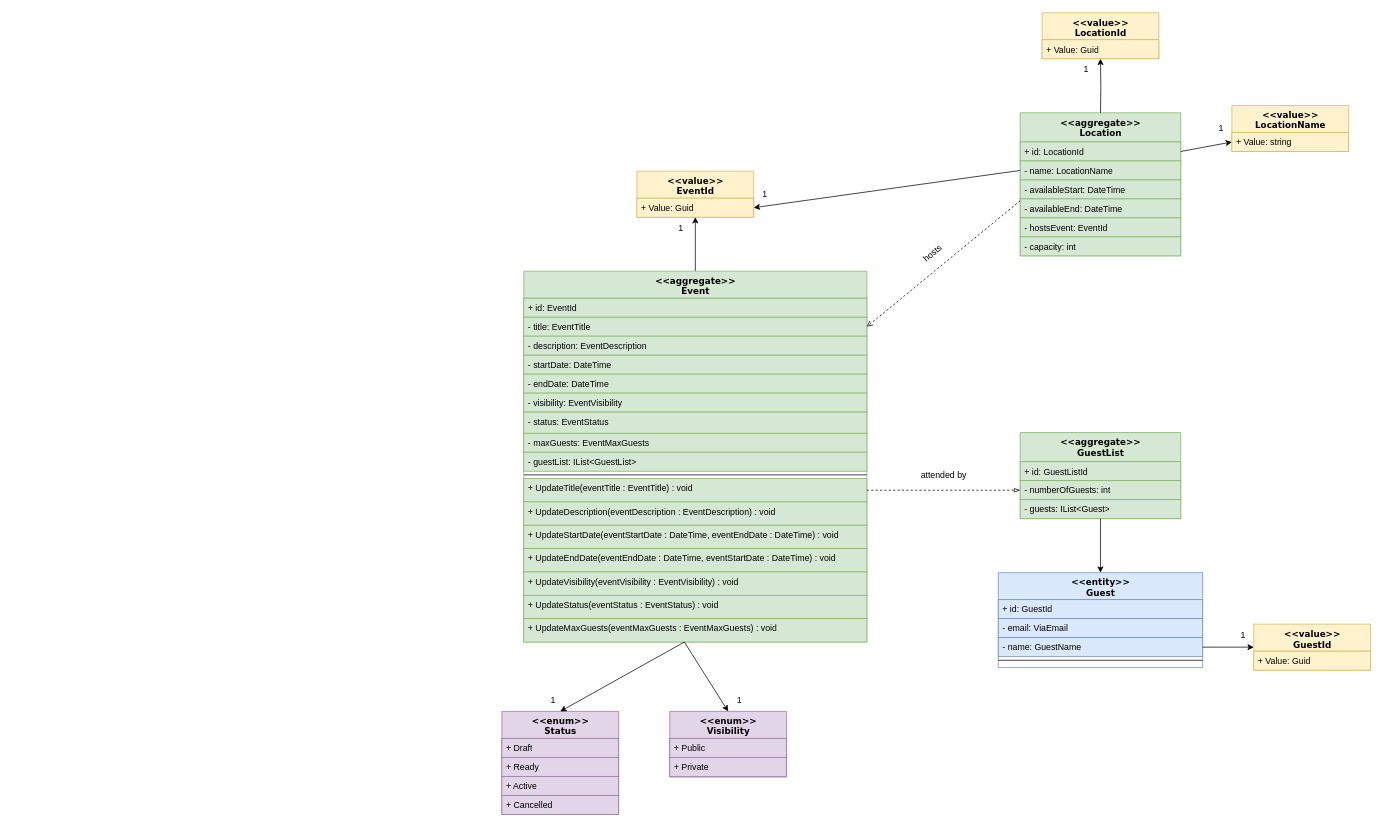
Emil645h/VIAEventAssociation keeps this draw.io diagram as Assignment_1/Concrete Domain Model.drawio. Above is the earlier version. Source tidied: cells renumbered, new cells numbered last; positions are measured from the earlier drawing's top-left corner, leaving out a move shared by most shapes. Both pictures are drawn from the tidied source at 73%, with x=0, y=0 at pixel (502, 12).
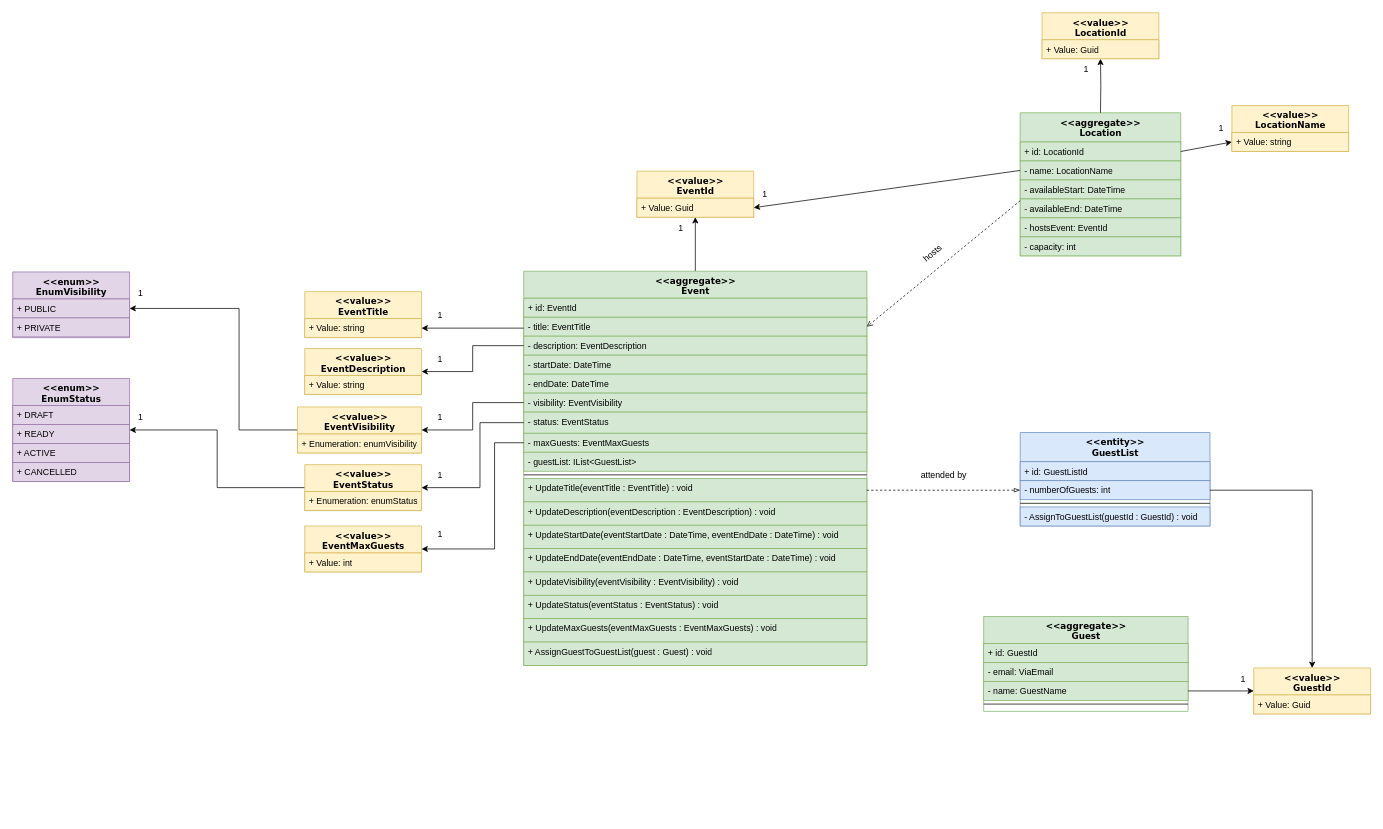
The same diagram, later.

Commit message:
Draft 2 - incomplete - Concrete Domain Model.drawio

Unchanged cells that the change refers to:
```xml
<mxCell id="5" value="- title: EventTitle" style="text;html=1;strokeColor=#82b366;fillColor=#d5e8d4;align=left;verticalAlign=top;spacingLeft=4;spacingRight=4;whiteSpace=wrap;overflow=hidden;points=[[0,0.5],[1,0.5]];portConstraint=eastwest;" parent="3" vertex="1">
  <mxGeometry y="63" width="470" height="26" as="geometry" />
</mxCell>
<mxCell id="6" value="- description: EventDescription" style="text;html=1;strokeColor=#82b366;fillColor=#d5e8d4;align=left;verticalAlign=top;spacingLeft=4;spacingRight=4;whiteSpace=wrap;overflow=hidden;points=[[0,0.5],[1,0.5]];portConstraint=eastwest;" parent="3" vertex="1">
  <mxGeometry y="89" width="470" height="26" as="geometry" />
</mxCell>
<mxCell id="9" value="- visibility: EventVisibility" style="text;html=1;strokeColor=#82b366;fillColor=#d5e8d4;align=left;verticalAlign=top;spacingLeft=4;spacingRight=4;whiteSpace=wrap;overflow=hidden;points=[[0,0.5],[1,0.5]];portConstraint=eastwest;" parent="3" vertex="1">
  <mxGeometry y="167" width="470" height="26" as="geometry" />
</mxCell>
<mxCell id="10" value="- status: EventStatus" style="text;html=1;strokeColor=#82b366;fillColor=#d5e8d4;align=left;verticalAlign=top;spacingLeft=4;spacingRight=4;whiteSpace=wrap;overflow=hidden;points=[[0,0.5],[1,0.5]];portConstraint=eastwest;" parent="3" vertex="1">
  <mxGeometry y="193" width="470" height="29" as="geometry" />
</mxCell>
<mxCell id="11" value="- maxGuests: EventMaxGuests" style="text;html=1;strokeColor=#82b366;fillColor=#d5e8d4;align=left;verticalAlign=top;spacingLeft=4;spacingRight=4;whiteSpace=wrap;overflow=hidden;points=[[0,0.5],[1,0.5]];portConstraint=eastwest;" parent="3" vertex="1">
  <mxGeometry y="222" width="470" height="26" as="geometry" />
</mxCell>
```

Change to the diagram source:
```diff
@@
     <mxCell id="3" value="&amp;lt;&amp;lt;aggregate&amp;gt;&amp;gt;&lt;div&gt;Event&lt;/div&gt;" style="swimlane;html=1;fontStyle=1;align=center;verticalAlign=top;horizontal=1;startSize=37;swimlaneFillColor=#ffffff;rounded=0;shadow=0;comic=0;labelBackgroundColor=none;strokeWidth=1;fillColor=#d5e8d4;fontFamily=Verdana;fontSize=12;strokeColor=#82b366;" parent="1" vertex="1">
-      <mxGeometry x="30" y="354" width="470" height="508" as="geometry" />
+      <mxGeometry x="30" y="354" width="470" height="540" as="geometry" />
     </mxCell>
@@
+    <mxCell id="71" value="+ AssignGuestToGuestList(guest : Guest) : void" style="text;html=1;strokeColor=#82b366;fillColor=#d5e8d4;align=left;verticalAlign=top;spacingLeft=4;spacingRight=4;whiteSpace=wrap;overflow=hidden;" parent="3" vertex="1">
+      <mxGeometry y="508" width="470" height="32" as="geometry" />
+    </mxCell>
-    <mxCell id="21" value="&amp;lt;&amp;lt;aggregate&amp;gt;&amp;gt;&lt;div&gt;GuestList&lt;/div&gt;" style="swimlane;html=1;fontStyle=1;align=center;verticalAlign=top;horizontal=1;startSize=40;swimlaneFillColor=#ffffff;rounded=0;shadow=0;comic=0;labelBackgroundColor=none;strokeWidth=1;fillColor=#d5e8d4;fontFamily=Verdana;fontSize=12;strokeColor=#82b366;" parent="1" vertex="1">
-      <mxGeometry x="710" y="575" width="220" height="118" as="geometry" />
+    <mxCell id="21" value="&amp;lt;&amp;lt;entity&amp;gt;&amp;gt;&lt;div&gt;GuestList&lt;/div&gt;" style="swimlane;html=1;fontStyle=1;align=center;verticalAlign=top;horizontal=1;startSize=40;swimlaneFillColor=#ffffff;rounded=0;shadow=0;comic=0;labelBackgroundColor=none;strokeWidth=1;fillColor=#dae8fc;fontFamily=Verdana;fontSize=12;strokeColor=#6c8ebf;" parent="1" vertex="1">
+      <mxGeometry x="710" y="575" width="260" height="128" as="geometry" />
     </mxCell>
-    <mxCell id="22" value="+ id: GuestListId" style="text;html=1;strokeColor=#82b366;fillColor=#d5e8d4;align=left;verticalAlign=top;spacingLeft=4;spacingRight=4;whiteSpace=wrap;overflow=hidden;" parent="21" vertex="1">
-      <mxGeometry y="40" width="220" height="26" as="geometry" />
+    <mxCell id="22" value="+ id: GuestListId" style="text;html=1;strokeColor=#6c8ebf;fillColor=#dae8fc;align=left;verticalAlign=top;spacingLeft=4;spacingRight=4;whiteSpace=wrap;overflow=hidden;" parent="21" vertex="1">
+      <mxGeometry y="40" width="260" height="26" as="geometry" />
     </mxCell>
-    <mxCell id="23" value="- numberOfGuests: int" style="text;html=1;strokeColor=#82b366;fillColor=#d5e8d4;align=left;verticalAlign=top;spacingLeft=4;spacingRight=4;whiteSpace=wrap;overflow=hidden;points=[[0,0.5],[1,0.5]];portConstraint=eastwest;" parent="21" vertex="1">
-      <mxGeometry y="66" width="220" height="26" as="geometry" />
+    <mxCell id="23" value="- numberOfGuests: int" style="text;html=1;strokeColor=#6c8ebf;fillColor=#dae8fc;align=left;verticalAlign=top;spacingLeft=4;spacingRight=4;whiteSpace=wrap;overflow=hidden;points=[[0,0.5],[1,0.5]];portConstraint=eastwest;" parent="21" vertex="1">
+      <mxGeometry y="66" width="260" height="26" as="geometry" />
     </mxCell>
+    <mxCell id="72" style="line;html=1;strokeWidth=1;fillColor=none;align=left;verticalAlign=middle;spacingTop=-1;spacingLeft=3;spacingRight=3;labelPosition=right;" parent="21" vertex="1">
+      <mxGeometry y="92" width="260" height="10" as="geometry" />
+    </mxCell>
-    <mxCell id="24" value="- guests: IList&amp;lt;Guest&amp;gt;" style="text;html=1;strokeColor=#82b366;fillColor=#d5e8d4;align=left;verticalAlign=top;spacingLeft=4;spacingRight=4;whiteSpace=wrap;overflow=hidden;" parent="21" vertex="1">
-      <mxGeometry y="92" width="220" height="26" as="geometry" />
+    <mxCell id="24" value="- AssignToGuestList(guestId : GuestId) : void" style="text;html=1;strokeColor=#6c8ebf;fillColor=#dae8fc;align=left;verticalAlign=top;spacingLeft=4;spacingRight=4;whiteSpace=wrap;overflow=hidden;" parent="21" vertex="1">
+      <mxGeometry y="102" width="260" height="26" as="geometry" />
     </mxCell>
@@
-    <mxCell id="28" value="&amp;lt;&amp;lt;entity&amp;gt;&amp;gt;&lt;div&gt;Guest&lt;/div&gt;" style="swimlane;html=1;fontStyle=1;align=center;verticalAlign=top;horizontal=1;startSize=37;swimlaneFillColor=#ffffff;rounded=0;shadow=0;comic=0;labelBackgroundColor=none;strokeWidth=1;fillColor=#dae8fc;fontFamily=Verdana;fontSize=12;strokeColor=#6c8ebf;" parent="1" vertex="1">
-      <mxGeometry x="680" y="767" width="280" height="130" as="geometry" />
+    <mxCell id="28" value="&amp;lt;&amp;lt;aggregate&amp;gt;&amp;gt;&lt;div&gt;Guest&lt;/div&gt;" style="swimlane;html=1;fontStyle=1;align=center;verticalAlign=top;horizontal=1;startSize=37;swimlaneFillColor=#ffffff;rounded=0;shadow=0;comic=0;labelBackgroundColor=none;strokeWidth=1;fillColor=#d5e8d4;fontFamily=Verdana;fontSize=12;strokeColor=#82b366;" parent="1" vertex="1">
+      <mxGeometry x="660" y="827" width="280" height="130" as="geometry" />
     </mxCell>
-    <mxCell id="29" value="+ id: GuestId" style="text;html=1;strokeColor=#6c8ebf;fillColor=#dae8fc;align=left;verticalAlign=top;spacingLeft=4;spacingRight=4;whiteSpace=wrap;overflow=hidden;" parent="28" vertex="1">
+    <mxCell id="29" value="+ id: GuestId" style="text;html=1;strokeColor=#82b366;fillColor=#d5e8d4;align=left;verticalAlign=top;spacingLeft=4;spacingRight=4;whiteSpace=wrap;overflow=hidden;" parent="28" vertex="1">
       <mxGeometry y="37" width="280" height="26" as="geometry" />
     </mxCell>
-    <mxCell id="30" value="- email: ViaEmail" style="text;html=1;strokeColor=#6c8ebf;fillColor=#dae8fc;align=left;verticalAlign=top;spacingLeft=4;spacingRight=4;whiteSpace=wrap;overflow=hidden;" parent="28" vertex="1">
+    <mxCell id="30" value="- email: ViaEmail" style="text;html=1;strokeColor=#82b366;fillColor=#d5e8d4;align=left;verticalAlign=top;spacingLeft=4;spacingRight=4;whiteSpace=wrap;overflow=hidden;" parent="28" vertex="1">
       <mxGeometry y="63" width="280" height="26" as="geometry" />
     </mxCell>
-    <mxCell id="31" value="- name: GuestName" style="text;html=1;strokeColor=#6c8ebf;fillColor=#dae8fc;align=left;verticalAlign=top;spacingLeft=4;spacingRight=4;whiteSpace=wrap;overflow=hidden;points=[[0,0.5],[1,0.5]];portConstraint=eastwest;" parent="28" vertex="1">
+    <mxCell id="31" value="- name: GuestName" style="text;html=1;strokeColor=#82b366;fillColor=#d5e8d4;align=left;verticalAlign=top;spacingLeft=4;spacingRight=4;whiteSpace=wrap;overflow=hidden;points=[[0,0.5],[1,0.5]];portConstraint=eastwest;" parent="28" vertex="1">
       <mxGeometry y="89" width="280" height="26" as="geometry" />
     </mxCell>
@@
     <mxCell id="33" value="&amp;lt;&amp;lt;value&amp;gt;&amp;gt;&lt;div&gt;GuestId&lt;/div&gt;" style="swimlane;html=1;fontStyle=1;align=center;verticalAlign=top;horizontal=1;startSize=37;swimlaneFillColor=#ffffff;rounded=0;shadow=0;comic=0;labelBackgroundColor=none;strokeWidth=1;fontFamily=Verdana;fontSize=12;fillColor=#fff2cc;strokeColor=#d6b656;" parent="1" vertex="1">
-      <mxGeometry x="1030" y="837.5" width="160" height="63" as="geometry" />
+      <mxGeometry x="1030" y="897.5" width="160" height="63" as="geometry" />
     </mxCell>
@@
     <mxCell id="36" value="1" style="text;html=1;align=center;verticalAlign=middle;strokeColor=none;fillColor=none;" parent="1" vertex="1">
-      <mxGeometry x="1000" y="837.5" width="30" height="30" as="geometry" />
+      <mxGeometry x="1000" y="897.5" width="30" height="30" as="geometry" />
     </mxCell>
+    <mxCell id="73" style="edgeStyle=orthogonalEdgeStyle;rounded=0;jettySize=auto;html=1;entryX=0;entryY=0.5;entryDx=0;entryDy=0;endArrow=none;startFill=1;startArrow=classic;" parent="1" edge="1" source="37" target="82">
+      <mxGeometry relative="1" as="geometry" />
+    </mxCell>
-    <mxCell id="37" value="&amp;lt;&amp;lt;enum&amp;gt;&amp;gt;&lt;div&gt;Status&lt;/div&gt;" style="swimlane;html=1;fontStyle=1;align=center;verticalAlign=top;horizontal=1;startSize=37;swimlaneFillColor=#ffffff;rounded=0;shadow=0;comic=0;labelBackgroundColor=none;strokeWidth=1;fontFamily=Verdana;fontSize=12;fillColor=#e1d5e7;strokeColor=#9673a6;" parent="1" vertex="1">
-      <mxGeometry y="957" width="160" height="141" as="geometry" />
+    <mxCell id="37" value="&amp;lt;&amp;lt;enum&amp;gt;&amp;gt;&lt;div&gt;EnumStatus&lt;/div&gt;" style="swimlane;html=1;fontStyle=1;align=center;verticalAlign=top;horizontal=1;startSize=37;swimlaneFillColor=#ffffff;rounded=0;shadow=0;comic=0;labelBackgroundColor=none;strokeWidth=1;fontFamily=Verdana;fontSize=12;fillColor=#e1d5e7;strokeColor=#9673a6;" parent="1" vertex="1">
+      <mxGeometry x="-670" y="501" width="160" height="141" as="geometry" />
     </mxCell>
-    <mxCell id="38" value="+ Draft" style="text;html=1;strokeColor=#9673a6;fillColor=#e1d5e7;align=left;verticalAlign=top;spacingLeft=4;spacingRight=4;whiteSpace=wrap;overflow=hidden;" parent="37" vertex="1">
+    <mxCell id="38" value="+ DRAFT" style="text;html=1;strokeColor=#9673a6;fillColor=#e1d5e7;align=left;verticalAlign=top;spacingLeft=4;spacingRight=4;whiteSpace=wrap;overflow=hidden;" parent="37" vertex="1">
       <mxGeometry y="37" width="160" height="26" as="geometry" />
     </mxCell>
-    <mxCell id="39" value="+ Ready" style="text;html=1;strokeColor=#9673a6;fillColor=#e1d5e7;align=left;verticalAlign=top;spacingLeft=4;spacingRight=4;whiteSpace=wrap;overflow=hidden;" parent="37" vertex="1">
+    <mxCell id="39" value="+ READY" style="text;html=1;strokeColor=#9673a6;fillColor=#e1d5e7;align=left;verticalAlign=top;spacingLeft=4;spacingRight=4;whiteSpace=wrap;overflow=hidden;" parent="37" vertex="1">
       <mxGeometry y="63" width="160" height="26" as="geometry" />
     </mxCell>
-    <mxCell id="40" value="+ Active" style="text;html=1;strokeColor=#9673a6;fillColor=#e1d5e7;align=left;verticalAlign=top;spacingLeft=4;spacingRight=4;whiteSpace=wrap;overflow=hidden;" parent="37" vertex="1">
+    <mxCell id="40" value="+ ACTIVE" style="text;html=1;strokeColor=#9673a6;fillColor=#e1d5e7;align=left;verticalAlign=top;spacingLeft=4;spacingRight=4;whiteSpace=wrap;overflow=hidden;" parent="37" vertex="1">
       <mxGeometry y="89" width="160" height="26" as="geometry" />
     </mxCell>
-    <mxCell id="41" value="+ Cancelled" style="text;html=1;strokeColor=#9673a6;fillColor=#e1d5e7;align=left;verticalAlign=top;spacingLeft=4;spacingRight=4;whiteSpace=wrap;overflow=hidden;" parent="37" vertex="1">
+    <mxCell id="41" value="+ CANCELLED" style="text;html=1;strokeColor=#9673a6;fillColor=#e1d5e7;align=left;verticalAlign=top;spacingLeft=4;spacingRight=4;whiteSpace=wrap;overflow=hidden;" parent="37" vertex="1">
       <mxGeometry y="115" width="160" height="26" as="geometry" />
     </mxCell>
-    <mxCell id="42" value="&amp;lt;&amp;lt;enum&amp;gt;&amp;gt;&lt;div&gt;Visibility&lt;/div&gt;" style="swimlane;html=1;fontStyle=1;align=center;verticalAlign=top;horizontal=1;startSize=37;swimlaneFillColor=#ffffff;rounded=0;shadow=0;comic=0;labelBackgroundColor=none;strokeWidth=1;fontFamily=Verdana;fontSize=12;fillColor=#e1d5e7;strokeColor=#9673a6;" parent="1" vertex="1">
-      <mxGeometry x="230" y="957" width="160" height="90" as="geometry" />
+    <mxCell id="42" value="&amp;lt;&amp;lt;enum&amp;gt;&amp;gt;&lt;div&gt;EnumVisibility&lt;/div&gt;" style="swimlane;html=1;fontStyle=1;align=center;verticalAlign=top;horizontal=1;startSize=37;swimlaneFillColor=#ffffff;rounded=0;shadow=0;comic=0;labelBackgroundColor=none;strokeWidth=1;fontFamily=Verdana;fontSize=12;fillColor=#e1d5e7;strokeColor=#9673a6;" parent="1" vertex="1">
+      <mxGeometry x="-670" y="355" width="160" height="90" as="geometry" />
     </mxCell>
-    <mxCell id="43" value="+ Public" style="text;html=1;strokeColor=#9673a6;fillColor=#e1d5e7;align=left;verticalAlign=top;spacingLeft=4;spacingRight=4;whiteSpace=wrap;overflow=hidden;points=[[0,0.5],[1,0.5]];portConstraint=eastwest;" parent="42" vertex="1">
+    <mxCell id="43" value="+ PUBLIC" style="text;html=1;strokeColor=#9673a6;fillColor=#e1d5e7;align=left;verticalAlign=top;spacingLeft=4;spacingRight=4;whiteSpace=wrap;overflow=hidden;points=[[0,0.5],[1,0.5]];portConstraint=eastwest;" parent="42" vertex="1">
       <mxGeometry y="37" width="160" height="26" as="geometry" />
     </mxCell>
-    <mxCell id="44" value="+ Private" style="text;html=1;strokeColor=#9673a6;fillColor=#e1d5e7;align=left;verticalAlign=top;spacingLeft=4;spacingRight=4;whiteSpace=wrap;overflow=hidden;" parent="42" vertex="1">
+    <mxCell id="44" value="+ PRIVATE" style="text;html=1;strokeColor=#9673a6;fillColor=#e1d5e7;align=left;verticalAlign=top;spacingLeft=4;spacingRight=4;whiteSpace=wrap;overflow=hidden;" parent="42" vertex="1">
       <mxGeometry y="63" width="160" height="26" as="geometry" />
     </mxCell>
-    <mxCell id="45" style="endArrow=classic;html=1;rounded=0;entryX=0.5;entryY=0;entryDx=0;entryDy=0;" parent="1" edge="1" target="37">
-      <mxGeometry relative="1" as="geometry">
-        <mxPoint x="250" y="862" as="sourcePoint" />
-      </mxGeometry>
-    </mxCell>
-    <mxCell id="46" style="endArrow=classic;html=1;rounded=0;entryX=0.5;entryY=0;entryDx=0;entryDy=0;" parent="1" edge="1" target="42">
-      <mxGeometry relative="1" as="geometry">
-        <mxPoint x="250" y="862" as="sourcePoint" />
-      </mxGeometry>
-    </mxCell>
     <mxCell id="47" value="1" style="text;html=1;align=center;verticalAlign=middle;strokeColor=none;fillColor=none;" parent="1" vertex="1">
-      <mxGeometry x="310" y="927" width="30" height="30" as="geometry" />
+      <mxGeometry x="-510" y="368.5" width="30" height="30" as="geometry" />
     </mxCell>
     <mxCell id="48" value="1" style="text;html=1;align=center;verticalAlign=middle;strokeColor=none;fillColor=none;" parent="1" vertex="1">
-      <mxGeometry x="55" y="927" width="30" height="30" as="geometry" />
+      <mxGeometry x="-510" y="540" width="30" height="30" as="geometry" />
     </mxCell>
@@
-    <mxCell id="51" style="endArrow=classic;html=1;rounded=0;entryX=0.5;entryY=0;entryDx=0;entryDy=0;" parent="1" edge="1" target="28">
-      <mxGeometry relative="1" as="geometry">
-        <mxPoint x="820" y="693" as="sourcePoint" />
-      </mxGeometry>
-    </mxCell>
@@
+    <mxCell id="74" style="edgeStyle=orthogonalEdgeStyle;rounded=0;jettySize=auto;html=1;" parent="1" edge="1" source="23" target="33">
+      <mxGeometry relative="1" as="geometry" />
+    </mxCell>
+    <mxCell id="75" value="&amp;lt;&amp;lt;value&amp;gt;&amp;gt;&lt;div&gt;EventTitle&lt;/div&gt;" style="swimlane;html=1;fontStyle=1;align=center;verticalAlign=top;horizontal=1;startSize=37;swimlaneFillColor=#ffffff;rounded=0;shadow=0;comic=0;labelBackgroundColor=none;strokeWidth=1;fontFamily=Verdana;fontSize=12;fillColor=#fff2cc;strokeColor=#d6b656;" parent="1" vertex="1">
+      <mxGeometry x="-270" y="382" width="160" height="63" as="geometry" />
+    </mxCell>
+    <mxCell id="76" value="+ Value: string" style="text;html=1;strokeColor=#d6b656;fillColor=#fff2cc;align=left;verticalAlign=top;spacingLeft=4;spacingRight=4;whiteSpace=wrap;overflow=hidden;points=[[0,0.5],[1,0.5]];portConstraint=eastwest;" parent="75" vertex="1">
+      <mxGeometry y="37" width="160" height="26" as="geometry" />
+    </mxCell>
+    <mxCell id="77" value="&amp;lt;&amp;lt;value&amp;gt;&amp;gt;&lt;div&gt;EventDescription&lt;/div&gt;" style="swimlane;html=1;fontStyle=1;align=center;verticalAlign=top;horizontal=1;startSize=37;swimlaneFillColor=#ffffff;rounded=0;shadow=0;comic=0;labelBackgroundColor=none;strokeWidth=1;fontFamily=Verdana;fontSize=12;fillColor=#fff2cc;strokeColor=#d6b656;" parent="1" vertex="1">
+      <mxGeometry x="-270" y="460" width="160" height="63" as="geometry" />
+    </mxCell>
+    <mxCell id="78" value="+ Value: string" style="text;html=1;strokeColor=#d6b656;fillColor=#fff2cc;align=left;verticalAlign=top;spacingLeft=4;spacingRight=4;whiteSpace=wrap;overflow=hidden;" parent="77" vertex="1">
+      <mxGeometry y="37" width="160" height="26" as="geometry" />
+    </mxCell>
+    <mxCell id="79" style="edgeStyle=orthogonalEdgeStyle;rounded=0;jettySize=auto;html=1;entryX=1;entryY=0.5;entryDx=0;entryDy=0;exitX=0;exitY=0.5;exitDx=0;exitDy=0;" parent="1" edge="1" source="80" target="43">
+      <mxGeometry relative="1" as="geometry">
+        <Array as="points">
+          <mxPoint x="-360" y="572" />
+          <mxPoint x="-360" y="405" />
+        </Array>
+      </mxGeometry>
+    </mxCell>
+    <mxCell id="80" value="&amp;lt;&amp;lt;value&amp;gt;&amp;gt;&lt;div&gt;EventVisibility&lt;/div&gt;" style="swimlane;html=1;fontStyle=1;align=center;verticalAlign=top;horizontal=1;startSize=37;swimlaneFillColor=#ffffff;rounded=0;shadow=0;comic=0;labelBackgroundColor=none;strokeWidth=1;fontFamily=Verdana;fontSize=12;fillColor=#fff2cc;strokeColor=#d6b656;" parent="1" vertex="1">
+      <mxGeometry x="-280" y="540" width="170" height="63" as="geometry" />
+    </mxCell>
+    <mxCell id="81" value="+ Enumeration: enumVisibility" style="text;html=1;strokeColor=#d6b656;fillColor=#fff2cc;align=left;verticalAlign=top;spacingLeft=4;spacingRight=4;whiteSpace=wrap;overflow=hidden;" parent="80" vertex="1">
+      <mxGeometry y="37" width="170" height="26" as="geometry" />
+    </mxCell>
+    <mxCell id="82" value="&amp;lt;&amp;lt;value&amp;gt;&amp;gt;&lt;div&gt;EventStatus&lt;/div&gt;" style="swimlane;html=1;fontStyle=1;align=center;verticalAlign=top;horizontal=1;startSize=37;swimlaneFillColor=#ffffff;rounded=0;shadow=0;comic=0;labelBackgroundColor=none;strokeWidth=1;fontFamily=Verdana;fontSize=12;fillColor=#fff2cc;strokeColor=#d6b656;" parent="1" vertex="1">
+      <mxGeometry x="-270" y="619" width="160" height="63" as="geometry" />
+    </mxCell>
+    <mxCell id="83" value="+ Enumeration: enumStatus" style="text;html=1;strokeColor=#d6b656;fillColor=#fff2cc;align=left;verticalAlign=top;spacingLeft=4;spacingRight=4;whiteSpace=wrap;overflow=hidden;" parent="82" vertex="1">
+      <mxGeometry y="37" width="160" height="26" as="geometry" />
+    </mxCell>
+    <mxCell id="84" value="&amp;lt;&amp;lt;value&amp;gt;&amp;gt;&lt;div&gt;EventMaxGuests&lt;/div&gt;" style="swimlane;html=1;fontStyle=1;align=center;verticalAlign=top;horizontal=1;startSize=37;swimlaneFillColor=#ffffff;rounded=0;shadow=0;comic=0;labelBackgroundColor=none;strokeWidth=1;fontFamily=Verdana;fontSize=12;fillColor=#fff2cc;strokeColor=#d6b656;" parent="1" vertex="1">
+      <mxGeometry x="-270" y="703" width="160" height="63" as="geometry" />
+    </mxCell>
+    <mxCell id="85" value="+ Value: int" style="text;html=1;strokeColor=#d6b656;fillColor=#fff2cc;align=left;verticalAlign=top;spacingLeft=4;spacingRight=4;whiteSpace=wrap;overflow=hidden;" parent="84" vertex="1">
+      <mxGeometry y="37" width="160" height="26" as="geometry" />
+    </mxCell>
+    <mxCell id="86" style="edgeStyle=orthogonalEdgeStyle;rounded=0;jettySize=auto;html=1;entryX=1;entryY=0.5;entryDx=0;entryDy=0;" parent="1" edge="1" source="5" target="76">
+      <mxGeometry relative="1" as="geometry">
+        <Array as="points">
+          <mxPoint x="-20" y="432" />
+          <mxPoint x="-20" y="432" />
+        </Array>
+      </mxGeometry>
+    </mxCell>
+    <mxCell id="87" style="edgeStyle=orthogonalEdgeStyle;rounded=0;jettySize=auto;html=1;entryX=1;entryY=0.5;entryDx=0;entryDy=0;" parent="1" edge="1" source="6" target="77">
+      <mxGeometry relative="1" as="geometry" />
+    </mxCell>
+    <mxCell id="88" style="edgeStyle=orthogonalEdgeStyle;rounded=0;jettySize=auto;html=1;entryX=1;entryY=0.5;entryDx=0;entryDy=0;" parent="1" edge="1" source="9" target="80">
+      <mxGeometry relative="1" as="geometry" />
+    </mxCell>
+    <mxCell id="89" style="edgeStyle=orthogonalEdgeStyle;rounded=0;jettySize=auto;html=1;entryX=1;entryY=0.5;entryDx=0;entryDy=0;" parent="1" edge="1" source="10" target="82">
+      <mxGeometry relative="1" as="geometry">
+        <Array as="points">
+          <mxPoint x="-30" y="562" />
+          <mxPoint x="-30" y="650" />
+        </Array>
+      </mxGeometry>
+    </mxCell>
+    <mxCell id="90" style="edgeStyle=orthogonalEdgeStyle;rounded=0;jettySize=auto;html=1;entryX=1;entryY=0.5;entryDx=0;entryDy=0;" parent="1" edge="1" source="11" target="84">
+      <mxGeometry relative="1" as="geometry">
+        <Array as="points">
+          <mxPoint x="-10" y="589" />
+          <mxPoint x="-10" y="734" />
+        </Array>
+      </mxGeometry>
+    </mxCell>
+    <mxCell id="91" value="1" style="text;html=1;align=center;verticalAlign=middle;strokeColor=none;fillColor=none;" parent="1" vertex="1">
+      <mxGeometry x="-100" y="398.5" width="30" height="30" as="geometry" />
+    </mxCell>
+    <mxCell id="92" value="1" style="text;html=1;align=center;verticalAlign=middle;strokeColor=none;fillColor=none;" parent="1" vertex="1">
+      <mxGeometry x="-100" y="460" width="30" height="30" as="geometry" />
+    </mxCell>
+    <mxCell id="93" value="1" style="text;html=1;align=center;verticalAlign=middle;strokeColor=none;fillColor=none;" parent="1" vertex="1">
+      <mxGeometry x="-100" y="540" width="30" height="30" as="geometry" />
+    </mxCell>
+    <mxCell id="94" value="1" style="text;html=1;align=center;verticalAlign=middle;strokeColor=none;fillColor=none;" parent="1" vertex="1">
+      <mxGeometry x="-100" y="619" width="30" height="30" as="geometry" />
+    </mxCell>
+    <mxCell id="95" value="1" style="text;html=1;align=center;verticalAlign=middle;strokeColor=none;fillColor=none;" parent="1" vertex="1">
+      <mxGeometry x="-100" y="700" width="30" height="30" as="geometry" />
+    </mxCell>
```
